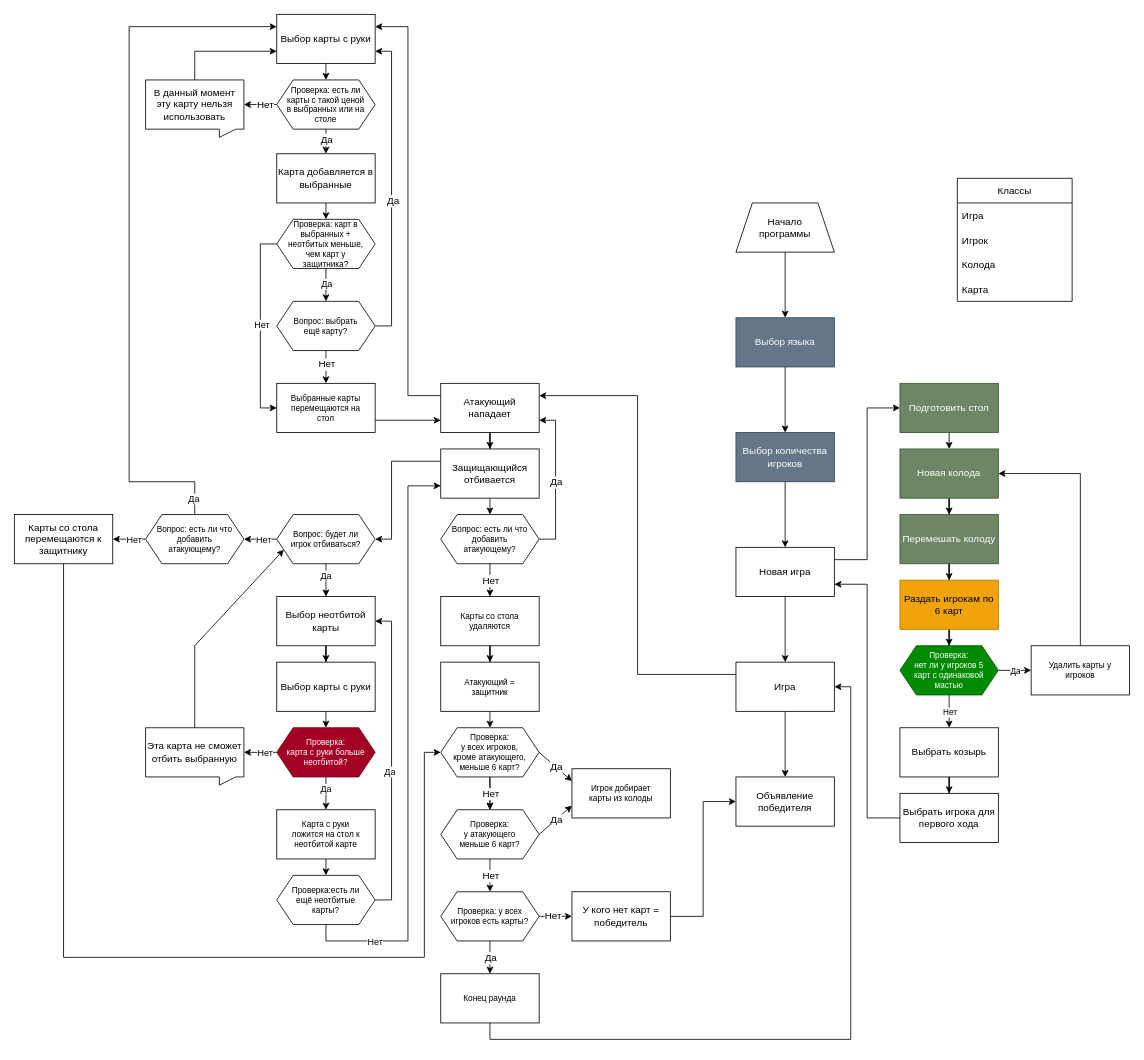
The draw.io diagram Diagram.drawio in JxSol/Durak, before the edit. Source tidied: cells renumbered, new cells numbered last; positions are measured from the earlier drawing's top-left corner, leaving out a move shared by most shapes. Both pictures are drawn from the tidied source at 82%, with x=0, y=0 at pixel (14, 14).
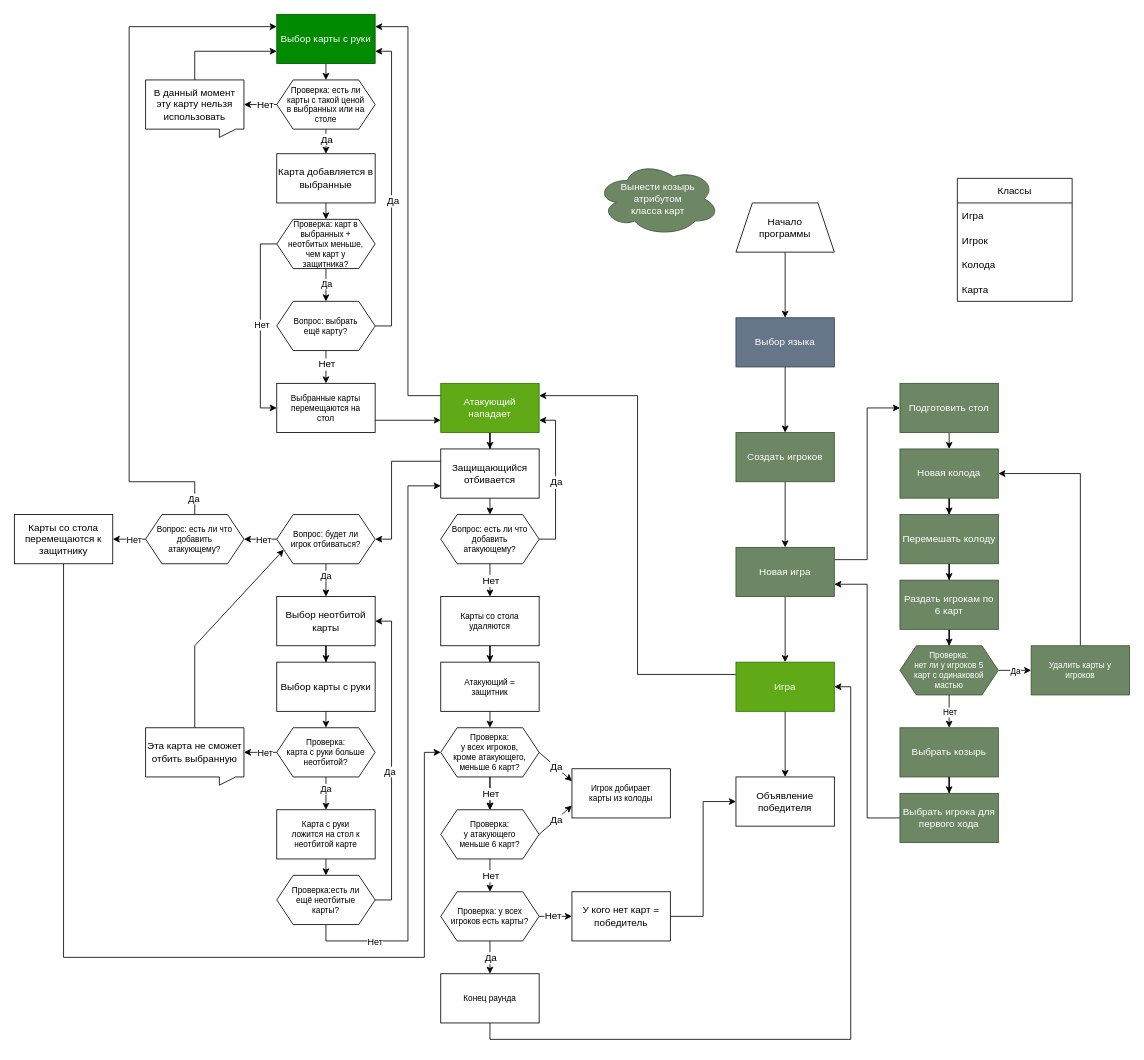
The same page after the edit.

The edit, as a diff of the source:
```diff
@@
-    <mxCell id="7" value="Выбор количества игроков" style="whiteSpace=wrap;html=1;fillColor=#647687;fontColor=#ffffff;strokeColor=#314354;" parent="1" vertex="1">
+    <mxCell id="7" value="Создать игроков" style="whiteSpace=wrap;html=1;fillColor=#6d8764;fontColor=#ffffff;strokeColor=#3A5431;" parent="1" vertex="1">
       <mxGeometry x="880" y="510" width="120" height="60" as="geometry" />
     </mxCell>
@@
-    <mxCell id="10" value="Новая игра" style="whiteSpace=wrap;html=1;" parent="1" vertex="1">
+    <mxCell id="10" value="Новая игра" style="whiteSpace=wrap;html=1;fillColor=#6d8764;fontColor=#ffffff;strokeColor=#3A5431;" parent="1" vertex="1">
       <mxGeometry x="880" y="650" width="120" height="60" as="geometry" />
     </mxCell>
@@
-    <mxCell id="16" value="Раздать игрокам по 6 карт" style="rounded=0;whiteSpace=wrap;html=1;fillColor=#f0a30a;strokeColor=#BD7000;fontColor=#000000;" parent="1" vertex="1">
+    <mxCell id="16" value="Раздать игрокам по 6 карт" style="rounded=0;whiteSpace=wrap;html=1;fillColor=#6d8764;strokeColor=#3A5431;fontColor=#ffffff;" parent="1" vertex="1">
       <mxGeometry x="1080" y="690" width="120" height="60" as="geometry" />
     </mxCell>
-    <mxCell id="17" value="Выбрать козырь" style="whiteSpace=wrap;html=1;rounded=0;" parent="1" vertex="1">
+    <mxCell id="17" value="Выбрать козырь" style="whiteSpace=wrap;html=1;rounded=0;fillColor=#6d8764;fontColor=#ffffff;strokeColor=#3A5431;" parent="1" vertex="1">
       <mxGeometry x="1080" y="870" width="120" height="60" as="geometry" />
     </mxCell>
@@
-    <mxCell id="20" value="Выбрать игрока для первого хода" style="whiteSpace=wrap;html=1;rounded=0;" parent="1" vertex="1">
+    <mxCell id="20" value="Выбрать игрока для первого хода" style="whiteSpace=wrap;html=1;rounded=0;fillColor=#6d8764;fontColor=#ffffff;strokeColor=#3A5431;" parent="1" vertex="1">
       <mxGeometry x="1080" y="950" width="120" height="60" as="geometry" />
     </mxCell>
@@
-    <mxCell id="25" value="&lt;div style=&quot;font-size: 10px;&quot;&gt;Проверка:&lt;/div&gt;&lt;div style=&quot;font-size: 10px;&quot;&gt;нет ли у игроков 5 карт с одинаковой мастью&lt;br style=&quot;font-size: 10px;&quot;&gt;&lt;/div&gt;" style="shape=hexagon;perimeter=hexagonPerimeter2;whiteSpace=wrap;html=1;fixedSize=1;fontSize=10;spacing=2;spacingLeft=10;spacingRight=10;fillColor=#008a00;fontColor=#ffffff;strokeColor=#005700;" parent="1" vertex="1">
+    <mxCell id="25" value="&lt;div style=&quot;font-size: 10px;&quot;&gt;Проверка:&lt;/div&gt;&lt;div style=&quot;font-size: 10px;&quot;&gt;нет ли у игроков 5 карт с одинаковой мастью&lt;br style=&quot;font-size: 10px;&quot;&gt;&lt;/div&gt;" style="shape=hexagon;perimeter=hexagonPerimeter2;whiteSpace=wrap;html=1;fixedSize=1;fontSize=10;spacing=2;spacingLeft=10;spacingRight=10;fillColor=#6d8764;fontColor=#ffffff;strokeColor=#3A5431;" parent="1" vertex="1">
       <mxGeometry x="1080" y="770" width="120" height="60" as="geometry" />
     </mxCell>
@@
-    <mxCell id="29" value="Удалить карты у игроков" style="whiteSpace=wrap;html=1;fontSize=10;spacing=2;spacingLeft=10;spacingRight=10;" parent="1" vertex="1">
+    <mxCell id="29" value="Удалить карты у игроков" style="whiteSpace=wrap;html=1;fontSize=10;spacing=2;spacingLeft=10;spacingRight=10;fillColor=#6d8764;fontColor=#ffffff;strokeColor=#3A5431;" parent="1" vertex="1">
       <mxGeometry x="1240" y="770" width="120" height="60" as="geometry" />
     </mxCell>
@@
-    <mxCell id="32" value="Игра" style="whiteSpace=wrap;html=1;" parent="1" vertex="1">
+    <mxCell id="32" value="Игра" style="whiteSpace=wrap;html=1;fillColor=#60a917;fontColor=#ffffff;strokeColor=#2D7600;" parent="1" vertex="1">
       <mxGeometry x="880" y="790" width="120" height="60" as="geometry" />
     </mxCell>
@@
-    <mxCell id="35" value="Атакующий нападает" style="rounded=0;whiteSpace=wrap;html=1;fontSize=12;" parent="1" vertex="1">
+    <mxCell id="35" value="Атакующий нападает" style="rounded=0;whiteSpace=wrap;html=1;fontSize=12;fillColor=#60a917;fontColor=#ffffff;strokeColor=#2D7600;" parent="1" vertex="1">
       <mxGeometry x="520" y="450" width="120" height="60" as="geometry" />
     </mxCell>
@@
-    <mxCell id="69" value="Выбор карты с руки" style="rounded=0;whiteSpace=wrap;html=1;fontSize=12;" parent="1" vertex="1">
+    <mxCell id="69" value="Выбор карты с руки" style="rounded=0;whiteSpace=wrap;html=1;fontSize=12;fillColor=#008a00;fontColor=#ffffff;strokeColor=#005700;" parent="1" vertex="1">
       <mxGeometry x="320" width="120" height="60" as="geometry" />
     </mxCell>
@@
-    <mxCell id="99" value="&lt;div&gt;Проверка:&lt;/div&gt;&lt;div&gt;карта с руки больше неотбитой?&lt;br&gt;&lt;/div&gt;" style="shape=hexagon;perimeter=hexagonPerimeter2;whiteSpace=wrap;html=1;fixedSize=1;fontSize=10;spacing=2;spacingLeft=10;spacingRight=10;fillColor=#a20025;fontColor=#ffffff;strokeColor=#6F0000;" parent="1" vertex="1">
+    <mxCell id="99" value="&lt;div&gt;Проверка:&lt;/div&gt;&lt;div&gt;карта с руки больше неотбитой?&lt;br&gt;&lt;/div&gt;" style="shape=hexagon;perimeter=hexagonPerimeter2;whiteSpace=wrap;html=1;fixedSize=1;fontSize=10;spacing=2;spacingLeft=10;spacingRight=10;" parent="1" vertex="1">
       <mxGeometry x="320" y="870" width="120" height="60" as="geometry" />
     </mxCell>
@@
+    <mxCell id="128" value="&lt;div&gt;Вынести козырь атрибутом &lt;br&gt;&lt;/div&gt;&lt;div&gt;класса карт&lt;/div&gt;" style="ellipse;shape=cloud;whiteSpace=wrap;html=1;fillColor=#6d8764;fontColor=#ffffff;strokeColor=#3A5431;" parent="1" vertex="1">
+      <mxGeometry x="710" y="180" width="150" height="90" as="geometry" />
+    </mxCell>
```
